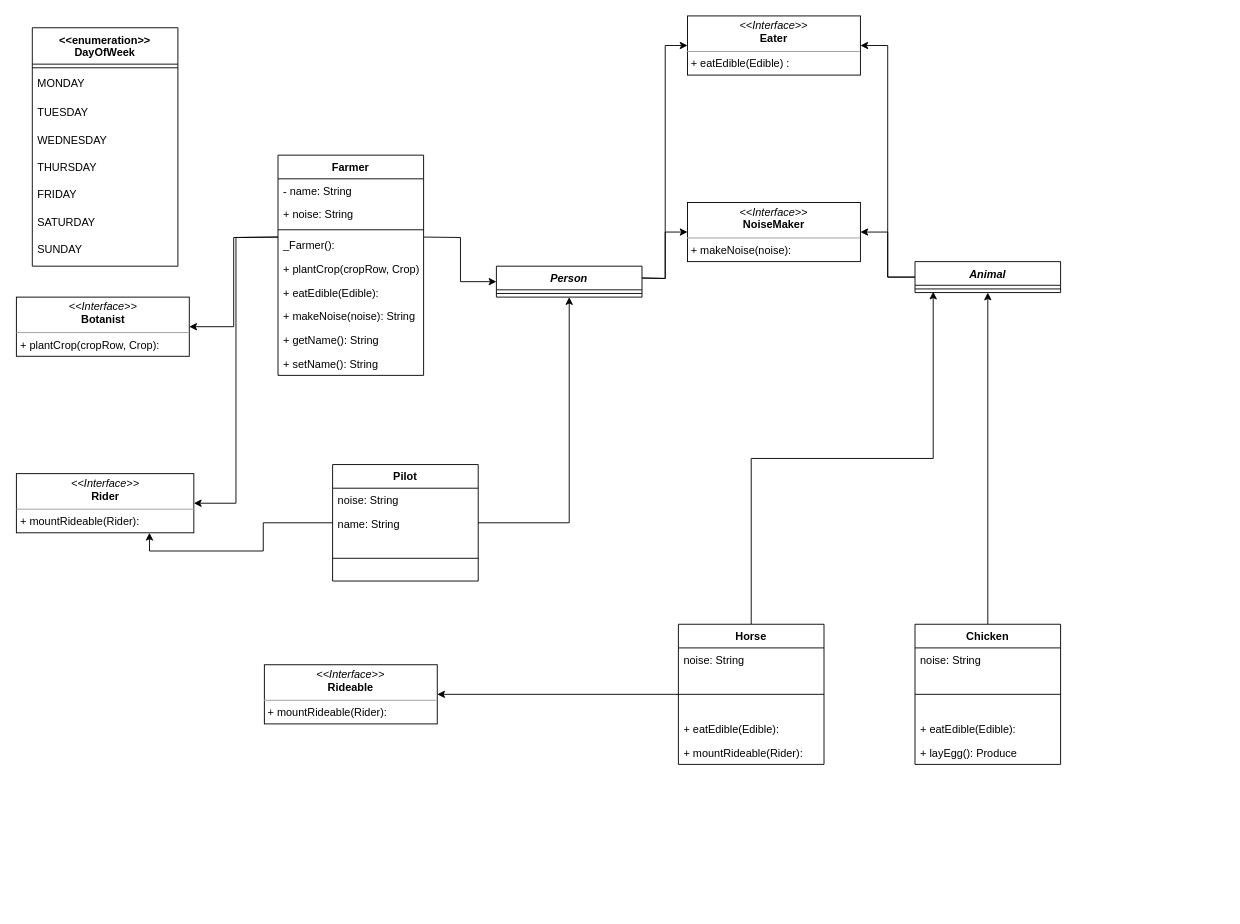
samghebre/TDD-Sci-Calculator keeps this draw.io diagram as page "Farm" (2 of 2) of Untitled Diagram.drawio. Above is the earlier version. Source tidied: cells renumbered, new cells numbered last; positions are measured from the earlier drawing's top-left corner, leaving out a move shared by most shapes. Both pictures are drawn from the tidied source at 91%, with x=0, y=0 at pixel (15, 15).
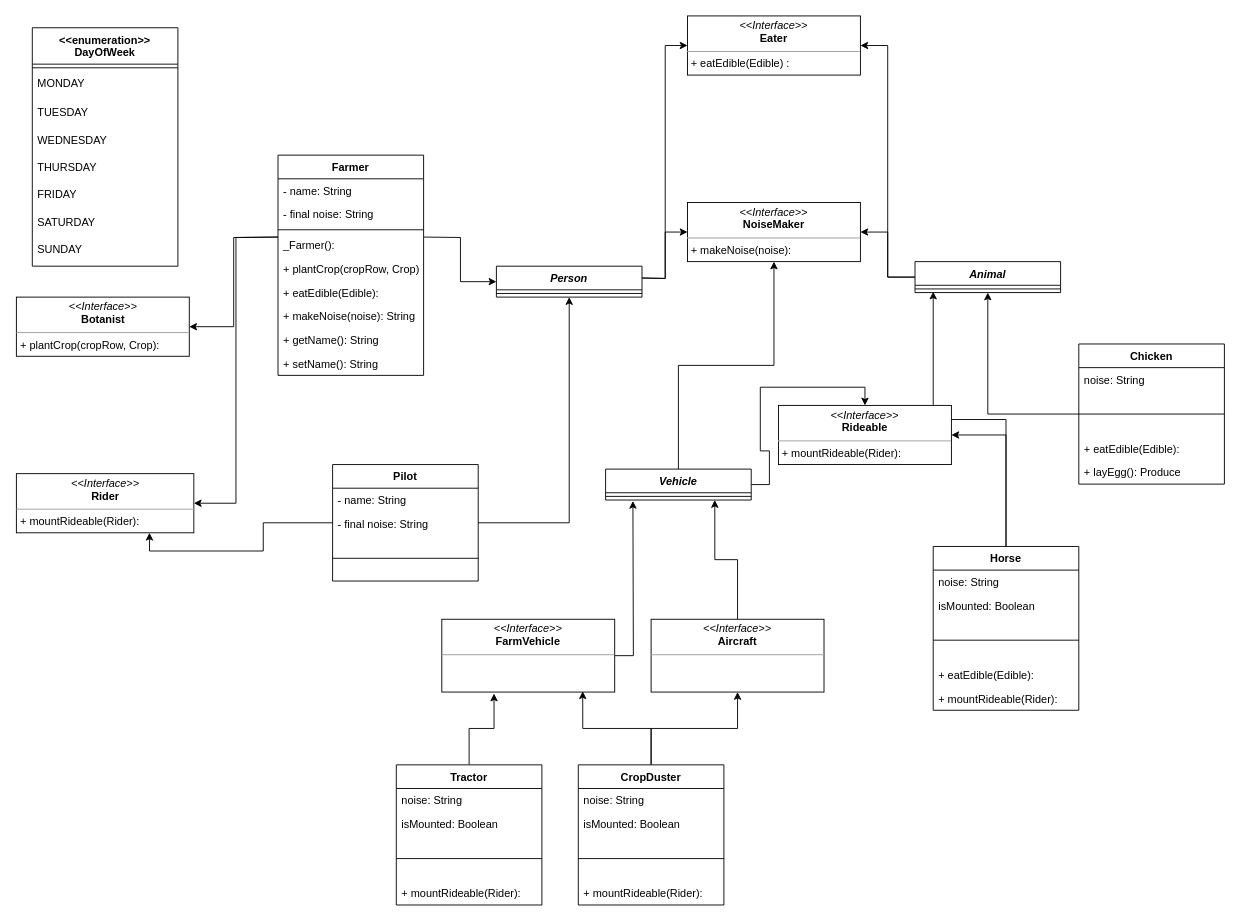
The same diagram, later.

Unchanged cells that the change refers to:
```xml
<mxCell id="11" value="&lt;p style=&quot;margin: 0px ; margin-top: 4px ; text-align: center&quot;&gt;&lt;i&gt;&amp;lt;&amp;lt;Interface&amp;gt;&amp;gt;&lt;/i&gt;&lt;br&gt;&lt;b&gt;NoiseMaker&lt;/b&gt;&lt;/p&gt;&lt;hr size=&quot;1&quot;&gt;&lt;p style=&quot;margin: 0px ; margin-left: 4px&quot;&gt;+ makeNoise(noise):&amp;nbsp;&lt;/p&gt;" style="verticalAlign=top;align=left;overflow=fill;fontSize=12;fontFamily=Helvetica;html=1;" parent="1" vertex="1">
  <mxGeometry x="738" y="205" width="190" height="65" as="geometry" />
</mxCell>
<mxCell id="21" value="Pilot" style="swimlane;fontStyle=1;align=center;verticalAlign=top;horizontal=1;startSize=26;" parent="1" vertex="1">
  <mxGeometry x="348" y="493" width="160" height="128" as="geometry" />
</mxCell>
<mxCell id="38" value="Farmer" style="swimlane;fontStyle=1;align=center;verticalAlign=top;horizontal=1;startSize=26;" parent="1" vertex="1">
  <mxGeometry x="288" y="153" width="160" height="242" as="geometry" />
</mxCell>
```

The edit, as a diff of the source:
```diff
@@
+    <mxCell id="23" value="- name: String" style="text;strokeColor=none;fillColor=none;align=left;verticalAlign=top;spacingLeft=4;spacingRight=4;overflow=hidden;" parent="21" vertex="1">
+      <mxGeometry y="26" width="160" height="26" as="geometry" />
+    </mxCell>
-    <mxCell id="22" value="noise: String" style="text;strokeColor=none;fillColor=none;align=left;verticalAlign=top;spacingLeft=4;spacingRight=4;overflow=hidden;" parent="21" vertex="1">
-      <mxGeometry y="26" width="160" height="26" as="geometry" />
+    <mxCell id="22" value="- final noise: String" style="text;strokeColor=none;fillColor=none;align=left;verticalAlign=top;spacingLeft=4;spacingRight=4;overflow=hidden;" parent="21" vertex="1">
+      <mxGeometry y="52" width="160" height="26" as="geometry" />
     </mxCell>
-    <mxCell id="23" value="name: String" style="text;strokeColor=none;fillColor=none;align=left;verticalAlign=top;spacingLeft=4;spacingRight=4;overflow=hidden;" parent="21" vertex="1">
-      <mxGeometry y="52" width="160" height="26" as="geometry" />
-    </mxCell>
@@
     <mxCell id="26" value="Chicken" style="swimlane;fontStyle=1;align=center;verticalAlign=top;horizontal=1;startSize=26;" parent="1" vertex="1">
-      <mxGeometry x="988" y="668.5" width="160" height="154" as="geometry" />
+      <mxGeometry x="1168" y="360.5" width="160" height="154" as="geometry" />
     </mxCell>
@@
-    <mxCell id="40" value="+ noise: String" style="text;strokeColor=none;fillColor=none;align=left;verticalAlign=top;spacingLeft=4;spacingRight=4;overflow=hidden;" parent="38" vertex="1">
+    <mxCell id="40" value="- final noise: String" style="text;strokeColor=none;fillColor=none;align=left;verticalAlign=top;spacingLeft=4;spacingRight=4;overflow=hidden;" parent="38" vertex="1">
       <mxGeometry y="52" width="160" height="26" as="geometry" />
     </mxCell>
@@
     <mxCell id="50" value="Horse" style="swimlane;fontStyle=1;align=center;verticalAlign=top;horizontal=1;startSize=26;" parent="1" vertex="1">
-      <mxGeometry x="728" y="668.5" width="160" height="154" as="geometry" />
+      <mxGeometry x="1008" y="583" width="160" height="180" as="geometry" />
     </mxCell>
@@
+    <mxCell id="56" value="isMounted: Boolean" style="text;strokeColor=none;fillColor=none;align=left;verticalAlign=top;spacingLeft=4;spacingRight=4;overflow=hidden;" parent="50" vertex="1">
+      <mxGeometry y="52" width="160" height="26" as="geometry" />
+    </mxCell>
     <mxCell id="52" style="line;strokeWidth=1;fillColor=none;align=left;verticalAlign=middle;spacingTop=-1;spacingLeft=3;spacingRight=3;labelPosition=right;" parent="50" vertex="1">
-      <mxGeometry y="52" width="160" height="50" as="geometry" />
+      <mxGeometry y="78" width="160" height="50" as="geometry" />
     </mxCell>
     <mxCell id="53" value="+ eatEdible(Edible): " style="text;strokeColor=none;fillColor=none;align=left;verticalAlign=top;spacingLeft=4;spacingRight=4;overflow=hidden;" parent="50" vertex="1">
-      <mxGeometry y="102" width="160" height="26" as="geometry" />
+      <mxGeometry y="128" width="160" height="26" as="geometry" />
     </mxCell>
     <mxCell id="54" value="+ mountRideable(Rider): " style="text;strokeColor=none;fillColor=none;align=left;verticalAlign=top;spacingLeft=4;spacingRight=4;overflow=hidden;" parent="50" vertex="1">
-      <mxGeometry y="128" width="160" height="26" as="geometry" />
+      <mxGeometry y="154" width="160" height="26" as="geometry" />
     </mxCell>
     <mxCell id="55" value="&lt;p style=&quot;margin: 0px ; margin-top: 4px ; text-align: center&quot;&gt;&lt;i&gt;&amp;lt;&amp;lt;Interface&amp;gt;&amp;gt;&lt;/i&gt;&lt;br&gt;&lt;b&gt;Rideable&lt;/b&gt;&lt;/p&gt;&lt;hr size=&quot;1&quot;&gt;&lt;p style=&quot;margin: 0px ; margin-left: 4px&quot;&gt;+ mountRideable(Rider):&amp;nbsp;&lt;/p&gt;&lt;p style=&quot;margin: 0px ; margin-left: 4px&quot;&gt;&lt;br&gt;&lt;/p&gt;" style="verticalAlign=top;align=left;overflow=fill;fontSize=12;fontFamily=Helvetica;html=1;" parent="1" vertex="1">
-      <mxGeometry x="273" y="713" width="190" height="65" as="geometry" />
+      <mxGeometry x="838" y="428" width="190" height="65" as="geometry" />
     </mxCell>
+    <mxCell id="57" style="edgeStyle=orthogonalEdgeStyle;rounded=0;jettySize=auto;html=1;" parent="1" edge="1" source="59" target="11">
+      <mxGeometry relative="1" as="geometry" />
+    </mxCell>
+    <mxCell id="58" style="edgeStyle=orthogonalEdgeStyle;rounded=0;jettySize=auto;html=1;entryX=0.5;entryY=0;entryDx=0;entryDy=0;" parent="1" edge="1" source="59" target="55">
+      <mxGeometry relative="1" as="geometry" />
+    </mxCell>
+    <mxCell id="59" value="Vehicle" style="swimlane;fontStyle=3;align=center;verticalAlign=top;horizontal=1;startSize=26;" parent="1" vertex="1">
+      <mxGeometry x="648" y="498" width="160" height="34" as="geometry" />
+    </mxCell>
+    <mxCell id="60" style="line;strokeWidth=1;fillColor=none;align=left;verticalAlign=middle;spacingTop=-1;spacingLeft=3;spacingRight=3;labelPosition=right;" parent="59" vertex="1">
+      <mxGeometry y="26" width="160" height="8" as="geometry" />
+    </mxCell>
+    <mxCell id="61" style="edgeStyle=orthogonalEdgeStyle;rounded=0;jettySize=auto;html=1;" parent="1" edge="1" source="62">
+      <mxGeometry relative="1" as="geometry">
+        <mxPoint x="678" y="533" as="targetPoint" />
+      </mxGeometry>
+    </mxCell>
+    <mxCell id="62" value="&lt;p style=&quot;margin: 0px ; margin-top: 4px ; text-align: center&quot;&gt;&lt;i&gt;&amp;lt;&amp;lt;Interface&amp;gt;&amp;gt;&lt;/i&gt;&lt;br&gt;&lt;b&gt;FarmVehicle&lt;/b&gt;&lt;/p&gt;&lt;hr size=&quot;1&quot;&gt;&lt;p style=&quot;margin: 0px ; margin-left: 4px&quot;&gt;&lt;br&gt;&lt;/p&gt;" style="verticalAlign=top;align=left;overflow=fill;fontSize=12;fontFamily=Helvetica;html=1;" parent="1" vertex="1">
+      <mxGeometry x="468" y="663" width="190" height="80" as="geometry" />
+    </mxCell>
+    <mxCell id="63" style="edgeStyle=orthogonalEdgeStyle;rounded=0;jettySize=auto;html=1;entryX=0.302;entryY=1.021;entryDx=0;entryDy=0;entryPerimeter=0;" parent="1" edge="1" source="64" target="62">
+      <mxGeometry relative="1" as="geometry" />
+    </mxCell>
+    <mxCell id="64" value="Tractor" style="swimlane;fontStyle=1;align=center;verticalAlign=top;horizontal=1;startSize=26;" parent="1" vertex="1">
+      <mxGeometry x="418" y="823" width="160" height="154" as="geometry" />
+    </mxCell>
+    <mxCell id="65" value="noise: String" style="text;strokeColor=none;fillColor=none;align=left;verticalAlign=top;spacingLeft=4;spacingRight=4;overflow=hidden;" parent="64" vertex="1">
+      <mxGeometry y="26" width="160" height="26" as="geometry" />
+    </mxCell>
+    <mxCell id="66" value="isMounted: Boolean" style="text;strokeColor=none;fillColor=none;align=left;verticalAlign=top;spacingLeft=4;spacingRight=4;overflow=hidden;" parent="64" vertex="1">
+      <mxGeometry y="52" width="160" height="26" as="geometry" />
+    </mxCell>
+    <mxCell id="67" style="line;strokeWidth=1;fillColor=none;align=left;verticalAlign=middle;spacingTop=-1;spacingLeft=3;spacingRight=3;labelPosition=right;" parent="64" vertex="1">
+      <mxGeometry y="78" width="160" height="50" as="geometry" />
+    </mxCell>
+    <mxCell id="68" value="+ mountRideable(Rider): " style="text;strokeColor=none;fillColor=none;align=left;verticalAlign=top;spacingLeft=4;spacingRight=4;overflow=hidden;" parent="64" vertex="1">
+      <mxGeometry y="128" width="160" height="26" as="geometry" />
+    </mxCell>
+    <mxCell id="69" style="edgeStyle=orthogonalEdgeStyle;rounded=0;jettySize=auto;html=1;entryX=0.75;entryY=1;entryDx=0;entryDy=0;" parent="1" edge="1" source="70" target="59">
+      <mxGeometry relative="1" as="geometry" />
+    </mxCell>
+    <mxCell id="70" value="&lt;p style=&quot;margin: 0px ; margin-top: 4px ; text-align: center&quot;&gt;&lt;i&gt;&amp;lt;&amp;lt;Interface&amp;gt;&amp;gt;&lt;/i&gt;&lt;br&gt;&lt;b&gt;Aircraft&lt;/b&gt;&lt;/p&gt;&lt;hr size=&quot;1&quot;&gt;&lt;p style=&quot;margin: 0px ; margin-left: 4px&quot;&gt;&lt;br&gt;&lt;/p&gt;" style="verticalAlign=top;align=left;overflow=fill;fontSize=12;fontFamily=Helvetica;html=1;" parent="1" vertex="1">
+      <mxGeometry x="698" y="663" width="190" height="80" as="geometry" />
+    </mxCell>
+    <mxCell id="71" style="edgeStyle=orthogonalEdgeStyle;rounded=0;jettySize=auto;html=1;entryX=0.815;entryY=0.99;entryDx=0;entryDy=0;entryPerimeter=0;" parent="1" edge="1" source="73" target="62">
+      <mxGeometry relative="1" as="geometry" />
+    </mxCell>
+    <mxCell id="72" style="edgeStyle=orthogonalEdgeStyle;rounded=0;jettySize=auto;html=1;entryX=0.5;entryY=1;entryDx=0;entryDy=0;" parent="1" edge="1" source="73" target="70">
+      <mxGeometry relative="1" as="geometry" />
+    </mxCell>
+    <mxCell id="73" value="CropDuster" style="swimlane;fontStyle=1;align=center;verticalAlign=top;horizontal=1;startSize=26;" parent="1" vertex="1">
+      <mxGeometry x="618" y="823" width="160" height="154" as="geometry" />
+    </mxCell>
+    <mxCell id="74" value="noise: String" style="text;strokeColor=none;fillColor=none;align=left;verticalAlign=top;spacingLeft=4;spacingRight=4;overflow=hidden;" parent="73" vertex="1">
+      <mxGeometry y="26" width="160" height="26" as="geometry" />
+    </mxCell>
+    <mxCell id="75" value="isMounted: Boolean" style="text;strokeColor=none;fillColor=none;align=left;verticalAlign=top;spacingLeft=4;spacingRight=4;overflow=hidden;" parent="73" vertex="1">
+      <mxGeometry y="52" width="160" height="26" as="geometry" />
+    </mxCell>
+    <mxCell id="76" style="line;strokeWidth=1;fillColor=none;align=left;verticalAlign=middle;spacingTop=-1;spacingLeft=3;spacingRight=3;labelPosition=right;" parent="73" vertex="1">
+      <mxGeometry y="78" width="160" height="50" as="geometry" />
+    </mxCell>
+    <mxCell id="77" value="+ mountRideable(Rider): " style="text;strokeColor=none;fillColor=none;align=left;verticalAlign=top;spacingLeft=4;spacingRight=4;overflow=hidden;" parent="73" vertex="1">
+      <mxGeometry y="128" width="160" height="26" as="geometry" />
+    </mxCell>
```
